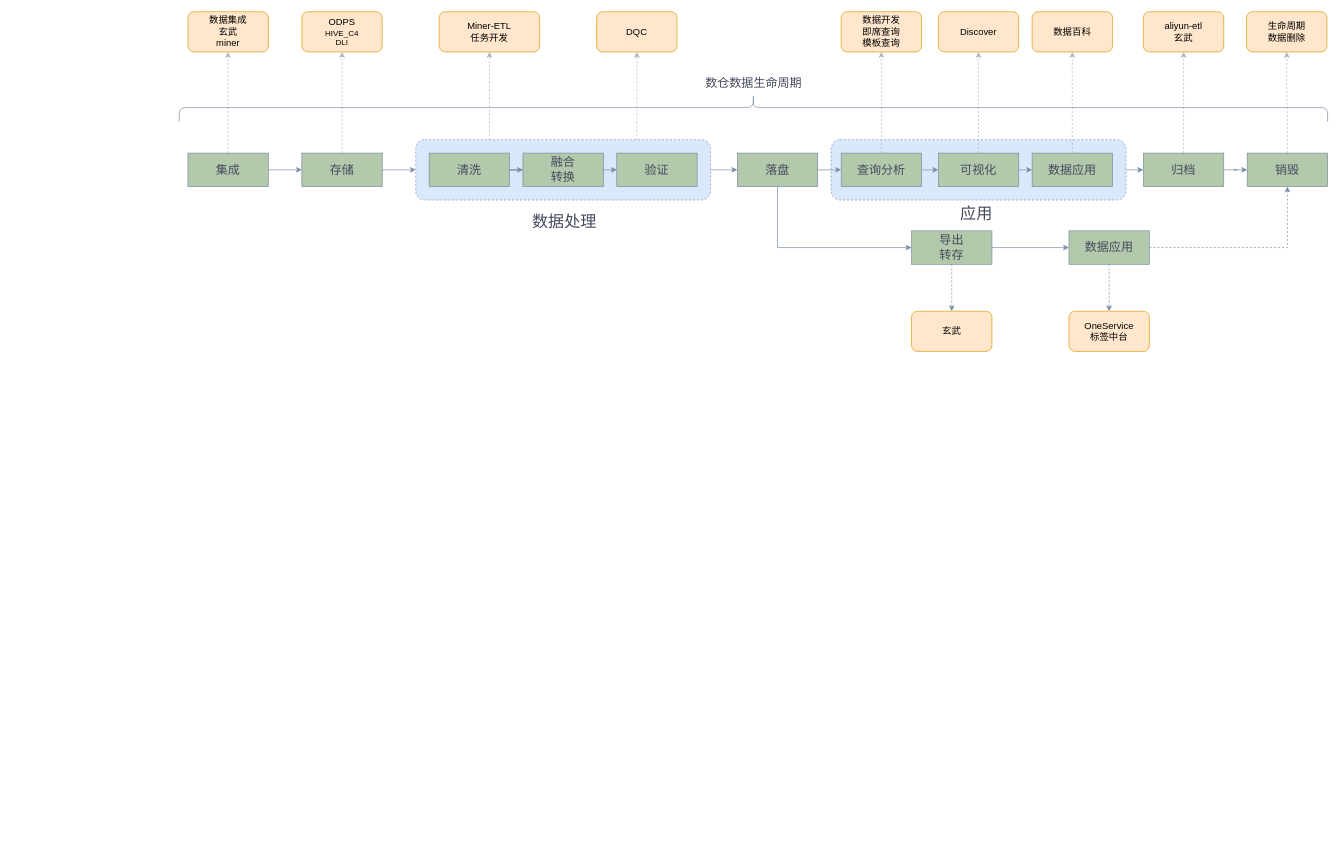
The draw.io diagram Untitled Diagram.drawio in hongweilv-whu/flowCharts, before the edit. Source tidied: cells renumbered, new cells numbered last; positions are measured from the earlier drawing's top-left corner, leaving out a move shared by most shapes. Both pictures are drawn from the tidied source at 67%, with x=0, y=0 at pixel (179, 11).
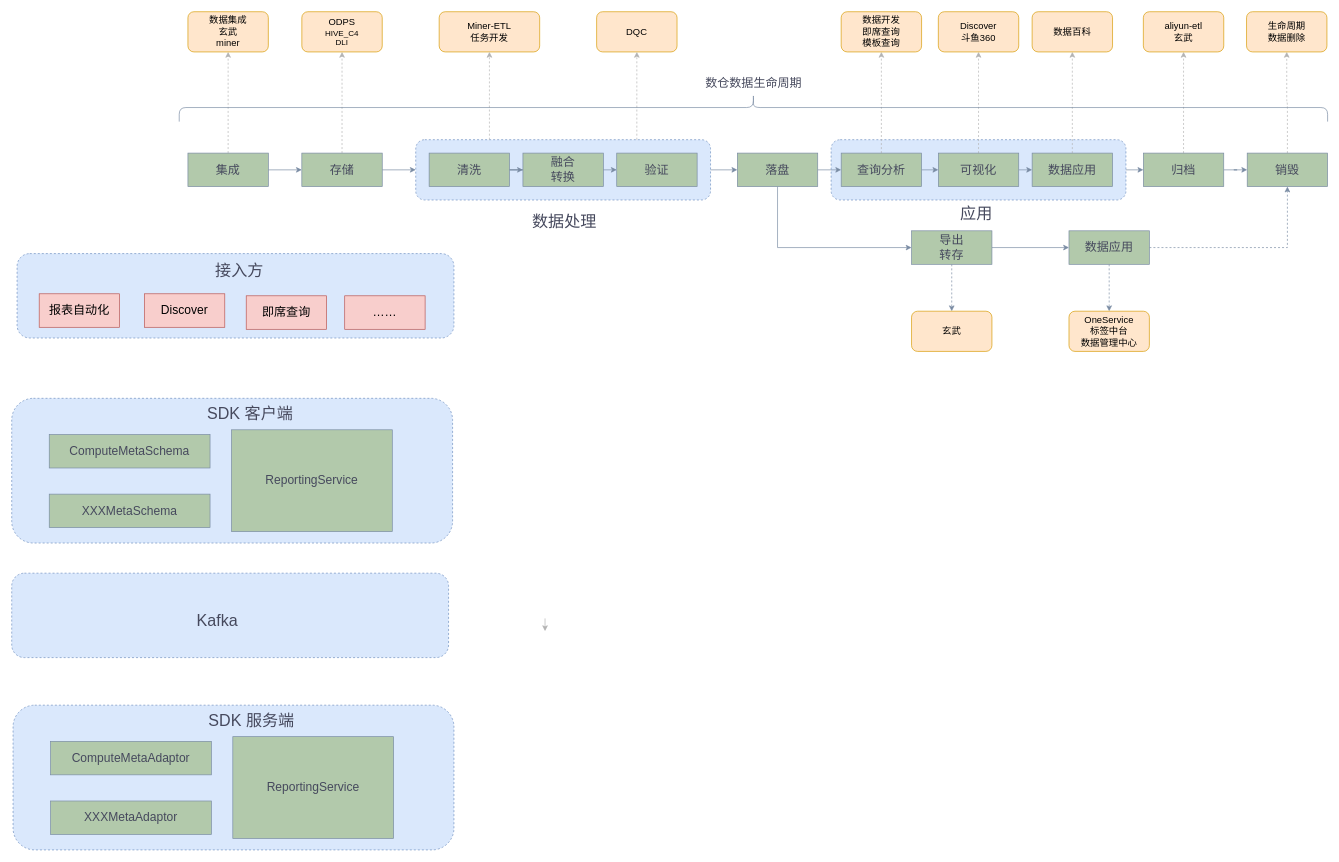
The same page after the edit.

Diff of the diagram source:
```diff
@@
+    <mxCell id="57" style="rounded=1;whiteSpace=wrap;html=1;dashed=1;fillColor=#dae8fc;strokeColor=#6c8ebf;" parent="1" vertex="1">
+      <mxGeometry x="-250" y="577" width="658" height="216" as="geometry" />
+    </mxCell>
+    <mxCell id="58" style="rounded=1;whiteSpace=wrap;html=1;dashed=1;fillColor=#dae8fc;strokeColor=#6c8ebf;" parent="1" vertex="1">
+      <mxGeometry x="-242" y="361" width="652" height="126" as="geometry" />
+    </mxCell>
@@
-    <mxCell id="45" value="&lt;span style=&quot;font-size: 14px&quot;&gt;Discover&lt;br&gt;&lt;/span&gt;" style="rounded=1;whiteSpace=wrap;html=1;sketch=0;strokeColor=#d79b00;fillColor=#ffe6cc;align=center;" parent="1" vertex="1">
+    <mxCell id="45" value="&lt;span style=&quot;font-size: 14px&quot;&gt;Discover&lt;br&gt;斗鱼360&lt;br&gt;&lt;/span&gt;" style="rounded=1;whiteSpace=wrap;html=1;sketch=0;strokeColor=#d79b00;fillColor=#ffe6cc;align=center;" parent="1" vertex="1">
       <mxGeometry x="1133" width="120" height="60" as="geometry" />
     </mxCell>
@@
-    <mxCell id="48" value="&lt;span style=&quot;font-size: 14px&quot;&gt;OneService&lt;br&gt;&lt;/span&gt;&lt;span style=&quot;font-size: 14px&quot;&gt;标签中台&lt;br&gt;&lt;/span&gt;" style="rounded=1;whiteSpace=wrap;html=1;sketch=0;strokeColor=#d79b00;fillColor=#ffe6cc;align=center;" parent="1" vertex="1">
+    <mxCell id="48" value="&lt;span style=&quot;font-size: 14px&quot;&gt;OneService&lt;br&gt;&lt;/span&gt;&lt;span style=&quot;font-size: 14px&quot;&gt;标签中台&lt;br&gt;数据管理中心&lt;br&gt;&lt;/span&gt;" style="rounded=1;whiteSpace=wrap;html=1;sketch=0;strokeColor=#d79b00;fillColor=#ffe6cc;align=center;" parent="1" vertex="1">
       <mxGeometry x="1328" y="447" width="120" height="60" as="geometry" />
     </mxCell>
@@
+    <mxCell id="59" value="&lt;span style=&quot;font-size: 18px&quot;&gt;ComputeMetaSchema&lt;/span&gt;" style="rounded=0;whiteSpace=wrap;html=1;fillColor=#B2C9AB;strokeColor=#788AA3;fontColor=#46495D;" parent="1" vertex="1">
+      <mxGeometry x="-194" y="631" width="240" height="50" as="geometry" />
+    </mxCell>
+    <mxCell id="60" value="&lt;span style=&quot;font-size: 18px&quot;&gt;XXXMetaSchema&lt;/span&gt;" style="rounded=0;whiteSpace=wrap;html=1;fillColor=#B2C9AB;strokeColor=#788AA3;fontColor=#46495D;" parent="1" vertex="1">
+      <mxGeometry x="-194" y="720" width="240" height="50" as="geometry" />
+    </mxCell>
+    <mxCell id="61" value="&lt;span style=&quot;font-size: 18px&quot;&gt;ReportingService&lt;/span&gt;" style="rounded=0;whiteSpace=wrap;html=1;fillColor=#B2C9AB;strokeColor=#788AA3;fontColor=#46495D;" parent="1" vertex="1">
+      <mxGeometry x="78" y="624" width="240" height="152" as="geometry" />
+    </mxCell>
+    <mxCell id="62" value="&lt;font style=&quot;font-size: 18px&quot;&gt;报表自动化&lt;/font&gt;" style="rounded=0;whiteSpace=wrap;html=1;fillColor=#f8cecc;strokeColor=#b85450;" parent="1" vertex="1">
+      <mxGeometry x="-209" y="421" width="120" height="50" as="geometry" />
+    </mxCell>
+    <mxCell id="63" value="&lt;font style=&quot;font-size: 18px&quot;&gt;Discover&lt;br&gt;&lt;/font&gt;" style="rounded=0;whiteSpace=wrap;html=1;fillColor=#f8cecc;strokeColor=#b85450;" parent="1" vertex="1">
+      <mxGeometry x="-52" y="421" width="120" height="50" as="geometry" />
+    </mxCell>
+    <mxCell id="64" value="&lt;font style=&quot;font-size: 18px&quot;&gt;即席查询&lt;br&gt;&lt;/font&gt;" style="rounded=0;whiteSpace=wrap;html=1;fillColor=#f8cecc;strokeColor=#b85450;" parent="1" vertex="1">
+      <mxGeometry x="100" y="424" width="120" height="50" as="geometry" />
+    </mxCell>
+    <mxCell id="65" value="&lt;font style=&quot;font-size: 18px&quot;&gt;……&lt;br&gt;&lt;/font&gt;" style="rounded=0;whiteSpace=wrap;html=1;fillColor=#f8cecc;strokeColor=#b85450;" parent="1" vertex="1">
+      <mxGeometry x="247" y="424" width="120" height="50" as="geometry" />
+    </mxCell>
+    <mxCell id="66" value="&lt;font style=&quot;font-size: 24px&quot;&gt;接入方&lt;/font&gt;" style="text;html=1;strokeColor=none;fillColor=none;align=center;verticalAlign=middle;whiteSpace=wrap;rounded=0;sketch=0;fontColor=#46495D;" parent="1" vertex="1">
+      <mxGeometry x="31" y="377" width="118" height="20" as="geometry" />
+    </mxCell>
+    <mxCell id="67" value="&lt;font style=&quot;font-size: 24px&quot;&gt;SDK 客户端&lt;/font&gt;" style="text;html=1;strokeColor=none;fillColor=none;align=center;verticalAlign=middle;whiteSpace=wrap;rounded=0;sketch=0;fontColor=#46495D;" parent="1" vertex="1">
+      <mxGeometry x="18" y="590" width="176" height="20" as="geometry" />
+    </mxCell>
+    <mxCell id="68" style="edgeStyle=none;rounded=1;sketch=0;orthogonalLoop=1;jettySize=auto;html=1;fontColor=#46495D;strokeColor=#B3B3B3;fillColor=#B2C9AB;" parent="1" edge="1">
+      <mxGeometry relative="1" as="geometry">
+        <mxPoint x="546" y="905.5" as="sourcePoint" />
+        <mxPoint x="546" y="924.5" as="targetPoint" />
+      </mxGeometry>
+    </mxCell>
+    <mxCell id="69" style="rounded=1;whiteSpace=wrap;html=1;dashed=1;fillColor=#dae8fc;strokeColor=#6c8ebf;" parent="1" vertex="1">
+      <mxGeometry x="-250" y="838" width="652" height="126" as="geometry" />
+    </mxCell>
+    <mxCell id="70" value="&lt;font style=&quot;font-size: 24px&quot;&gt;Kafka&lt;/font&gt;" style="text;html=1;strokeColor=none;fillColor=none;align=center;verticalAlign=middle;whiteSpace=wrap;rounded=0;sketch=0;fontColor=#46495D;" parent="1" vertex="1">
+      <mxGeometry x="-2" y="899" width="118" height="20" as="geometry" />
+    </mxCell>
+    <mxCell id="71" style="rounded=1;whiteSpace=wrap;html=1;dashed=1;fillColor=#dae8fc;strokeColor=#6c8ebf;" parent="1" vertex="1">
+      <mxGeometry x="-248" y="1035" width="658" height="216" as="geometry" />
+    </mxCell>
+    <mxCell id="72" value="&lt;span style=&quot;font-size: 18px&quot;&gt;ComputeMetaAdaptor&lt;/span&gt;" style="rounded=0;whiteSpace=wrap;html=1;fillColor=#B2C9AB;strokeColor=#788AA3;fontColor=#46495D;" parent="1" vertex="1">
+      <mxGeometry x="-192" y="1089" width="240" height="50" as="geometry" />
+    </mxCell>
+    <mxCell id="73" value="&lt;span style=&quot;font-size: 18px&quot;&gt;XXXMeta&lt;/span&gt;&lt;span style=&quot;font-size: 18px&quot;&gt;Adaptor&lt;/span&gt;" style="rounded=0;whiteSpace=wrap;html=1;fillColor=#B2C9AB;strokeColor=#788AA3;fontColor=#46495D;" parent="1" vertex="1">
+      <mxGeometry x="-192" y="1178" width="240" height="50" as="geometry" />
+    </mxCell>
+    <mxCell id="74" value="&lt;span style=&quot;font-size: 18px&quot;&gt;ReportingService&lt;/span&gt;" style="rounded=0;whiteSpace=wrap;html=1;fillColor=#B2C9AB;strokeColor=#788AA3;fontColor=#46495D;" parent="1" vertex="1">
+      <mxGeometry x="80" y="1082" width="240" height="152" as="geometry" />
+    </mxCell>
+    <mxCell id="75" value="&lt;font style=&quot;font-size: 24px&quot;&gt;SDK 服务端&lt;/font&gt;" style="text;html=1;strokeColor=none;fillColor=none;align=center;verticalAlign=middle;whiteSpace=wrap;rounded=0;sketch=0;fontColor=#46495D;" parent="1" vertex="1">
+      <mxGeometry x="20" y="1048" width="176" height="20" as="geometry" />
+    </mxCell>
```
